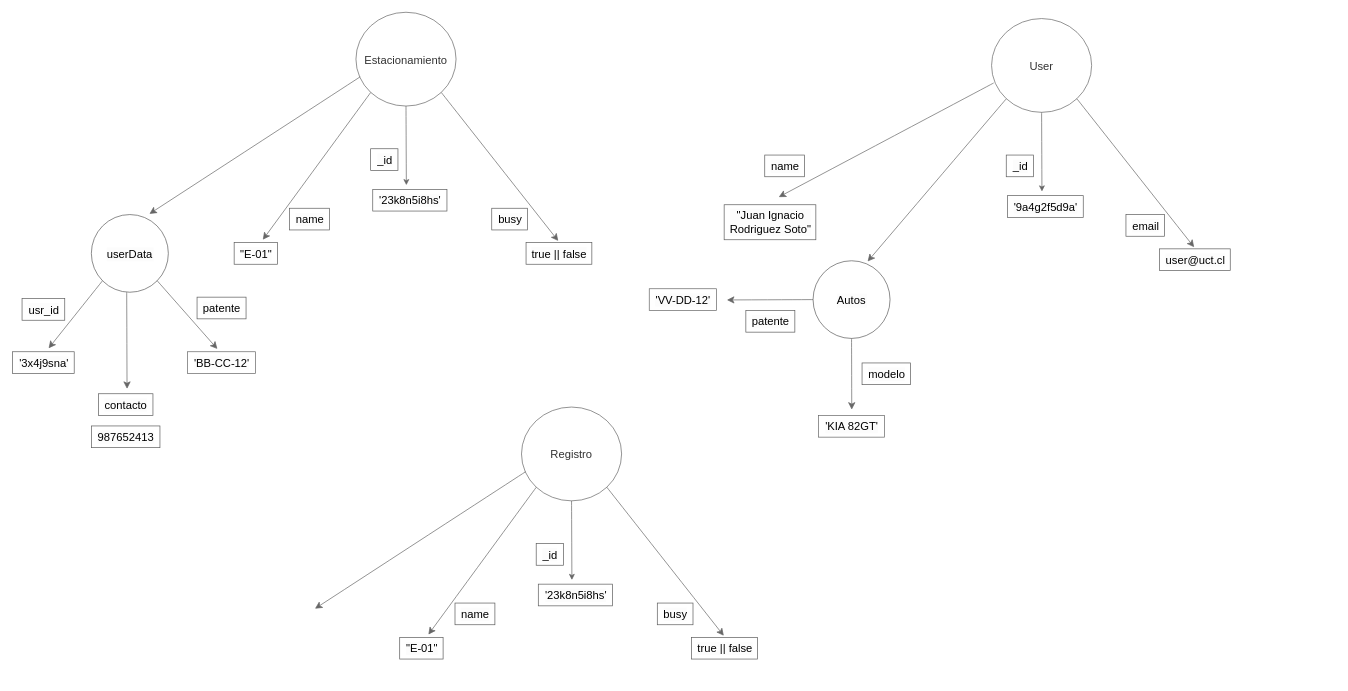
This is Diagramas/NoSQL.drawio from MrRevillod/SmartParking, a draw.io file, before an edit. Source tidied: cells renumbered, new cells numbered last; positions are measured from the earlier drawing's top-left corner, leaving out a move shared by most shapes. Both pictures are drawn from the tidied source at 70%, with x=0, y=0 at pixel (13, 12).
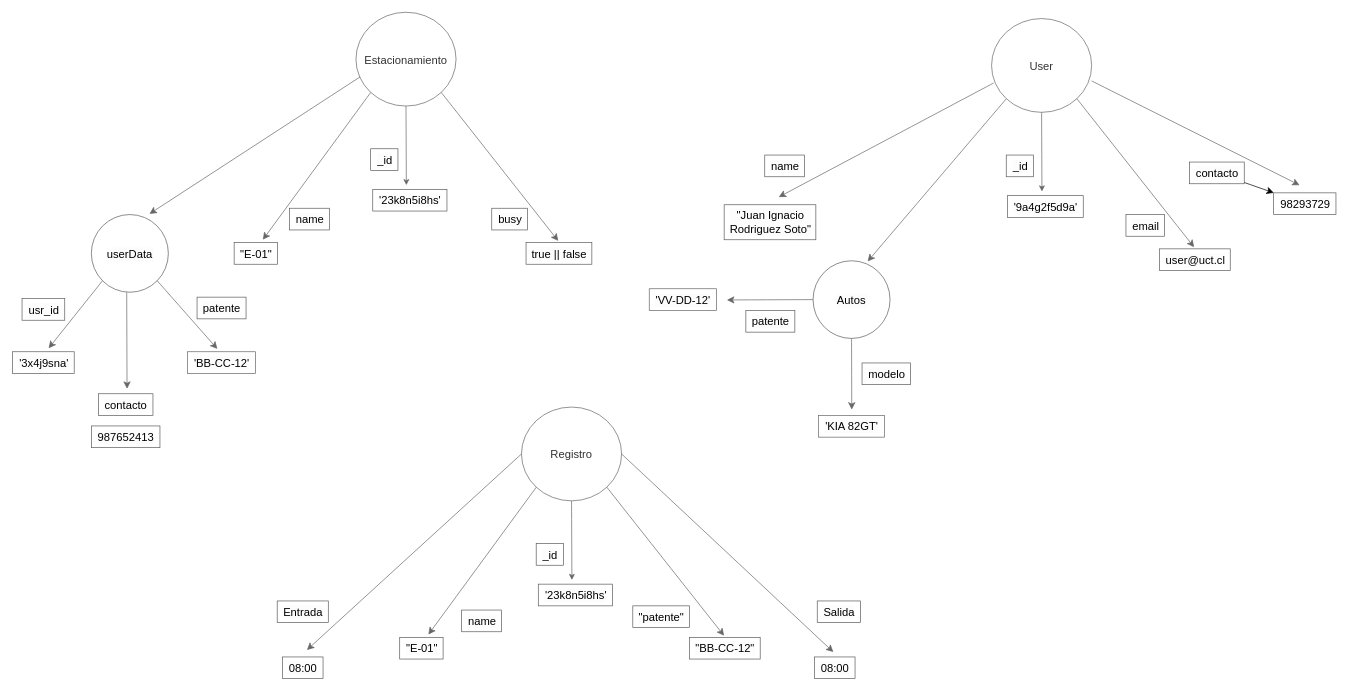
The same page after the edit.

Unchanged cells that the change refers to:
```xml
<mxCell id="24" value="User" style="ellipse;fontSize=16;labelBackgroundColor=none;fillColor=none;fontColor=#333333;strokeColor=#666666;" parent="1" vertex="1">
  <mxGeometry x="1398" y="9" width="143" height="134" as="geometry" />
</mxCell>
<mxCell id="42" value="Registro" style="ellipse;fontSize=16;labelBackgroundColor=none;fillColor=none;fontColor=#333333;strokeColor=#666666;" parent="1" vertex="1">
  <mxGeometry x="726.5" y="564" width="143" height="134" as="geometry" />
</mxCell>
```

What changed in the source:
```diff
@@
-    <mxCell id="41" style="edgeStyle=none;curved=1;rounded=0;jettySize=auto;html=1;exitX=0.043;exitY=0.688;exitDx=0;exitDy=0;fontSize=12;startSize=8;endSize=8;exitPerimeter=0;labelBackgroundColor=#1D1D1D;fillColor=#f5f5f5;strokeColor=#666666;" parent="1" edge="1" source="42">
-      <mxGeometry relative="1" as="geometry">
-        <mxPoint x="431.5" y="852" as="targetPoint" />
-      </mxGeometry>
-    </mxCell>
@@
     <mxCell id="45" value="name" style="text;html=1;align=center;verticalAlign=middle;fontSize=16;rotation=0;labelBackgroundColor=#FCFCFC;fillColor=none;fontColor=#000000;strokeColor=#5C5C5C;" parent="1" vertex="1">
-      <mxGeometry x="631.5" y="844" width="57" height="31" as="geometry" />
+      <mxGeometry x="641" y="854" width="57" height="31" as="geometry" />
     </mxCell>
@@
-    <mxCell id="47" value="busy" style="text;html=1;align=center;verticalAlign=middle;fontSize=16;rotation=0;labelBackgroundColor=#FCFCFC;fillColor=none;fontColor=#000000;strokeColor=#5C5C5C;" parent="1" vertex="1">
-      <mxGeometry x="920.5" y="844" width="51" height="31" as="geometry" />
+    <mxCell id="47" value="&quot;patente&quot;" style="text;html=1;align=center;verticalAlign=middle;fontSize=16;rotation=0;labelBackgroundColor=#FCFCFC;fillColor=none;fontColor=#000000;strokeColor=#5C5C5C;" parent="1" vertex="1">
+      <mxGeometry x="885.5" y="848" width="81" height="31" as="geometry" />
     </mxCell>
-    <mxCell id="48" value="true || false" style="text;html=1;align=center;verticalAlign=middle;points=[];fontSize=16;labelBackgroundColor=#FCFCFC;fillColor=none;fontColor=#000000;strokeColor=#5C5C5C;" parent="1" vertex="1">
-      <mxGeometry x="969.5" y="893" width="94" height="31" as="geometry" />
+    <mxCell id="48" value="&quot;BB-CC-12&quot;" style="text;html=1;align=center;verticalAlign=middle;points=[];fontSize=16;labelBackgroundColor=#FCFCFC;fillColor=none;fontColor=#000000;strokeColor=#5C5C5C;" parent="1" vertex="1">
+      <mxGeometry x="966.5" y="893" width="101" height="31" as="geometry" />
     </mxCell>
@@
+    <mxCell id="52" style="edgeStyle=none;curved=1;rounded=0;jettySize=auto;html=1;exitX=1;exitY=0.665;exitDx=0;exitDy=0;fontSize=12;startSize=8;endSize=8;labelBackgroundColor=#1D1D1D;fillColor=#f5f5f5;strokeColor=#666666;exitPerimeter=0;" parent="1" edge="1" source="24">
+      <mxGeometry relative="1" as="geometry">
+        <mxPoint x="1838" y="247" as="targetPoint" />
+      </mxGeometry>
+    </mxCell>
+    <mxCell id="53" style="edgeStyle=none;curved=1;rounded=0;jettySize=auto;html=1;fontSize=12;startSize=8;endSize=8;" parent="1" edge="1" source="54" target="55">
+      <mxGeometry relative="1" as="geometry" />
+    </mxCell>
+    <mxCell id="54" value="contacto" style="text;html=1;align=center;verticalAlign=middle;points=[];fontSize=16;rotation=0;labelBackgroundColor=#FCFCFC;fillColor=none;fontColor=#000000;strokeColor=#5C5C5C;" parent="1" vertex="1">
+      <mxGeometry x="1681" y="214" width="78" height="31" as="geometry" />
+    </mxCell>
+    <mxCell id="55" value="98293729" style="text;html=1;align=center;verticalAlign=middle;points=[];fontSize=16;labelBackgroundColor=#FCFCFC;fillColor=none;fontColor=#000000;strokeColor=#5C5C5C;" parent="1" vertex="1">
+      <mxGeometry x="1801" y="258" width="89" height="31" as="geometry" />
+    </mxCell>
+    <mxCell id="56" style="edgeStyle=none;curved=1;rounded=0;jettySize=auto;html=1;exitX=0;exitY=0.5;exitDx=0;exitDy=0;fontSize=12;startSize=8;endSize=8;labelBackgroundColor=#1D1D1D;fillColor=#f5f5f5;strokeColor=#666666;" parent="1" edge="1" source="42">
+      <mxGeometry relative="1" as="geometry">
+        <mxPoint x="420" y="911" as="targetPoint" />
+      </mxGeometry>
+    </mxCell>
+    <mxCell id="57" value="Entrada" style="text;html=1;align=center;verticalAlign=middle;fontSize=16;rotation=0;labelBackgroundColor=#FCFCFC;fillColor=none;fontColor=#000000;strokeColor=#5C5C5C;" parent="1" vertex="1">
+      <mxGeometry x="377.5" y="841" width="73" height="31" as="geometry" />
+    </mxCell>
+    <mxCell id="58" value="08:00" style="text;html=1;align=center;verticalAlign=middle;fontSize=16;rotation=0;labelBackgroundColor=#FCFCFC;fillColor=none;fontColor=#000000;strokeColor=#5C5C5C;" parent="1" vertex="1">
+      <mxGeometry x="385" y="921" width="58" height="31" as="geometry" />
+    </mxCell>
+    <mxCell id="59" style="edgeStyle=none;curved=1;rounded=0;jettySize=auto;html=1;exitX=1;exitY=0.5;exitDx=0;exitDy=0;fontSize=12;startSize=8;endSize=8;labelBackgroundColor=#1D1D1D;fillColor=#f5f5f5;strokeColor=#666666;" parent="1" edge="1" source="42">
+      <mxGeometry relative="1" as="geometry">
+        <mxPoint x="1172" y="914" as="targetPoint" />
+      </mxGeometry>
+    </mxCell>
+    <mxCell id="60" value="Salida" style="text;html=1;align=center;verticalAlign=middle;fontSize=16;rotation=0;labelBackgroundColor=#FCFCFC;fillColor=none;fontColor=#000000;strokeColor=#5C5C5C;" parent="1" vertex="1">
+      <mxGeometry x="1149" y="841" width="62" height="31" as="geometry" />
+    </mxCell>
+    <mxCell id="61" value="08:00" style="text;html=1;align=center;verticalAlign=middle;fontSize=16;rotation=0;labelBackgroundColor=#FCFCFC;fillColor=none;fontColor=#000000;strokeColor=#5C5C5C;" parent="1" vertex="1">
+      <mxGeometry x="1145" y="921" width="58" height="31" as="geometry" />
+    </mxCell>
```
